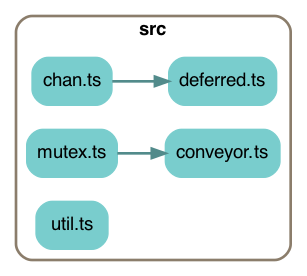
Earlier version of the Graphviz export depchart/depchart-basic.png (cinnamon-bun/concurrency-friends). Its source is kept beside it as depchart/depchart-basic.dot.
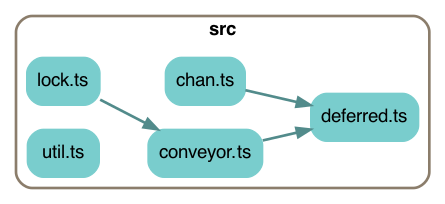
The same file after the commit.

The edit, as a diff of the source:
```diff
@@ -7,7 +7,7 @@
     edge [fontname = "helvetica"];
 
 
-    subgraph cluster2311094660 {
+    subgraph cluster348294874 {
         label=<<b>src</b>>;
         style="rounded";
         color=bisque4;
@@ -16,11 +16,12 @@
         "src/chan.ts" [label="chan.ts", shape=rectangle; style="rounded,filled"; color=darkslategray3];
         "src/conveyor.ts" [label="conveyor.ts", shape=rectangle; style="rounded,filled"; color=darkslategray3];
         "src/deferred.ts" [label="deferred.ts", shape=rectangle; style="rounded,filled"; color=darkslategray3];
-        "src/mutex.ts" [label="mutex.ts", shape=rectangle; style="rounded,filled"; color=darkslategray3];
+        "src/lock.ts" [label="lock.ts", shape=rectangle; style="rounded,filled"; color=darkslategray3];
         "src/util.ts" [label="util.ts", shape=rectangle; style="rounded,filled"; color=darkslategray3];
     }
 
     "src/chan.ts" -> "src/deferred.ts" [penwidth=2; color=darkslategray4];
-    "src/mutex.ts" -> "src/conveyor.ts" [penwidth=2; color=darkslategray4];
+    "src/conveyor.ts" -> "src/deferred.ts" [penwidth=2; color=darkslategray4];
+    "src/lock.ts" -> "src/conveyor.ts" [penwidth=2; color=darkslategray4];
 
 }
```
